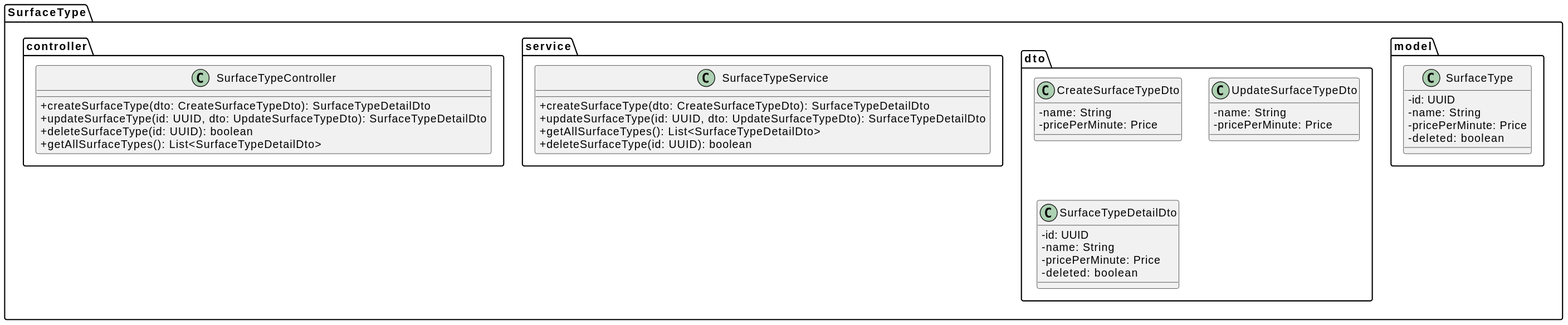
The PlantUML diagram docs/diagram-img/class-surfaceType.svg in tondracek/inqool-tennis, before a commit.
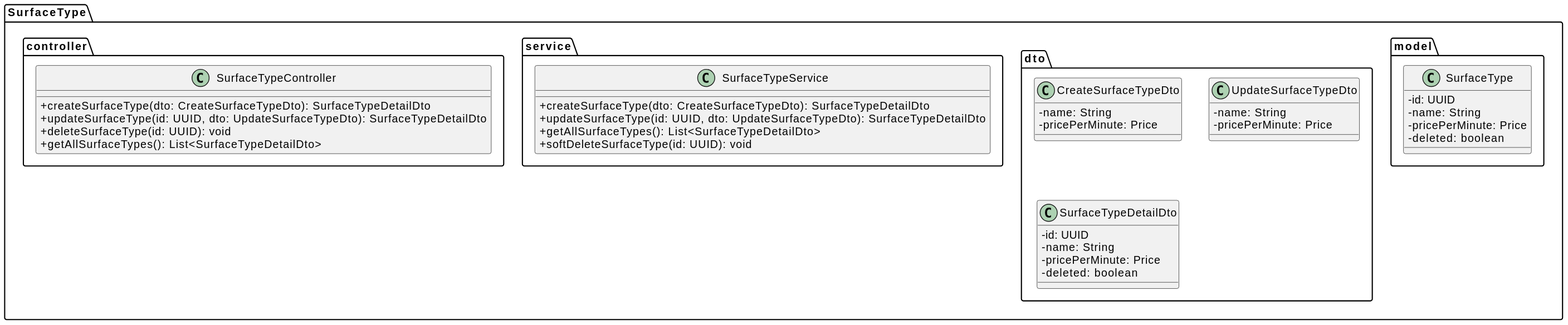
The same diagram one commit later.

What changed in the source:
```diff
@@ -36,7 +36,7 @@
 			+ createSurfaceType(dto: CreateSurfaceTypeDto): SurfaceTypeDetailDto
 			+ updateSurfaceType(id: UUID, dto: UpdateSurfaceTypeDto): SurfaceTypeDetailDto
 			+ getAllSurfaceTypes(): List<SurfaceTypeDetailDto>
-			+ deleteSurfaceType(id: UUID): boolean
+			+ softDeleteSurfaceType(id: UUID): void
 		}
 	}
 
@@ -44,7 +44,7 @@
 		class SurfaceTypeController {
 			+ createSurfaceType(dto: CreateSurfaceTypeDto): SurfaceTypeDetailDto
 			+ updateSurfaceType(id: UUID, dto: UpdateSurfaceTypeDto): SurfaceTypeDetailDto
-			+ deleteSurfaceType(id: UUID): boolean
+			+ deleteSurfaceType(id: UUID): void
 			+ getAllSurfaceTypes(): List<SurfaceTypeDetailDto>
 		}
 	}
```
